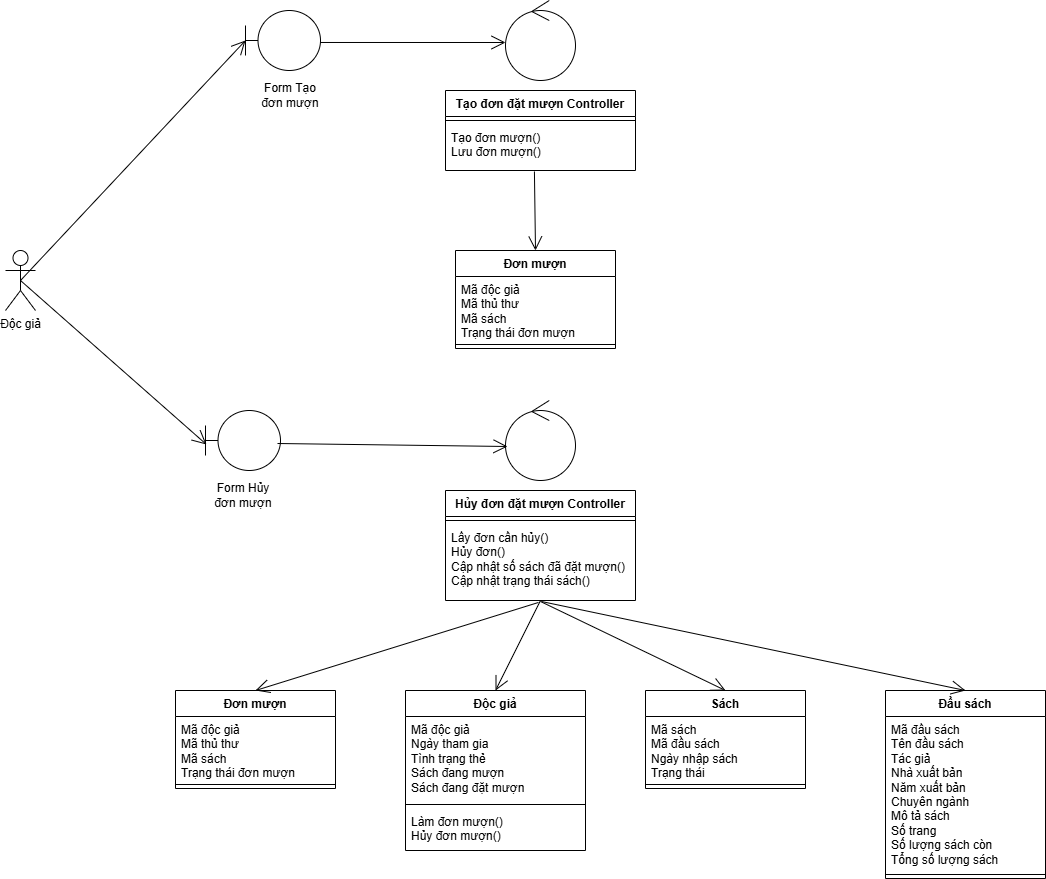
kimcuongdev/LibrarySystemAD keeps this draw.io diagram as Class Diagram/Analysis Class Diagram/UC đặt mượn sách/Actor Độc giả.drawio.png. Above is the earlier version. Source tidied: cells renumbered, new cells last; positions are measured from the earlier drawing's top-left corner, leaving out a move shared by most shapes.
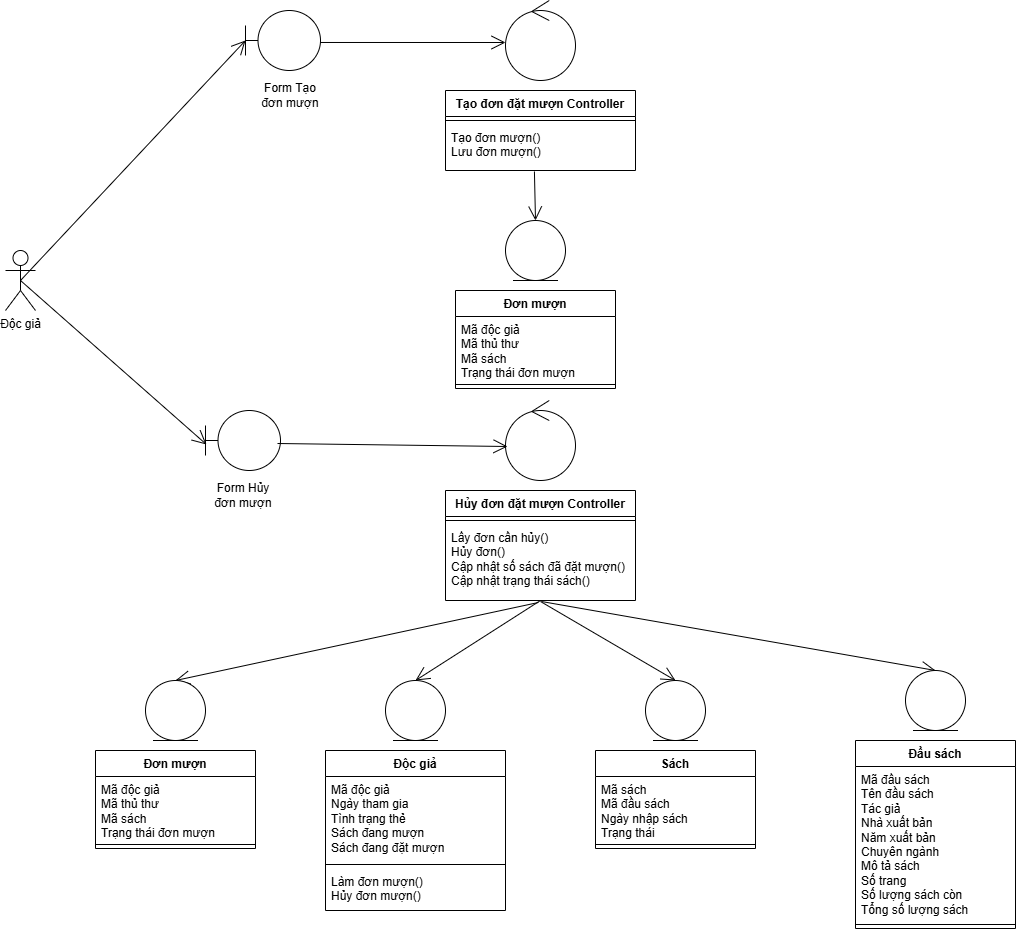
The same diagram one commit later.

Commit message:
Tuan 4 - Bieu do lop phan tich

Change to the diagram source:
```diff
@@ -24,7 +24,7 @@
       <mxGeometry y="34" width="190" height="46" as="geometry" />
     </mxCell>
     <mxCell id="9" value="Đơn mượn" style="swimlane;fontStyle=1;align=center;verticalAlign=top;horizontal=1;startSize=26;whiteSpace=wrap;html=1;" parent="1" vertex="1">
-      <mxGeometry x="450" y="250" width="160" height="98" as="geometry" />
+      <mxGeometry x="450" y="290" width="160" height="98" as="geometry" />
     </mxCell>
     <mxCell id="10" value="Mã độc giả&lt;div&gt;Mã thủ thư&lt;br&gt;&lt;div&gt;Mã sách&lt;/div&gt;&lt;div&gt;Trạng thái đơn mượn&lt;/div&gt;&lt;/div&gt;" style="text;strokeColor=none;fillColor=none;align=left;verticalAlign=top;spacingLeft=4;spacingRight=4;overflow=hidden;whiteSpace=wrap;html=1;" parent="9" vertex="1">
       <mxGeometry y="26" width="160" height="64" as="geometry" />
@@ -32,7 +32,7 @@
     <mxCell id="11" style="line;strokeWidth=1;fillColor=none;align=left;verticalAlign=middle;spacingTop=-1;spacingLeft=3;spacingRight=3;labelPosition=right;strokeColor=inherit;" parent="9" vertex="1">
       <mxGeometry y="90" width="160" height="8" as="geometry" />
     </mxCell>
-    <mxCell id="12" style="endArrow=open;endFill=1;endSize=12;html=1;rounded=0;exitX=0.468;exitY=1.022;exitDx=0;exitDy=0;exitPerimeter=0;entryX=0.5;entryY=0;entryDx=0;entryDy=0;" parent="1" edge="1" source="8" target="9">
+    <mxCell id="12" style="endArrow=open;endFill=1;endSize=12;html=1;rounded=0;exitX=0.468;exitY=1.022;exitDx=0;exitDy=0;exitPerimeter=0;entryX=0.5;entryY=0;entryDx=0;entryDy=0;" parent="1" edge="1" source="8" target="45">
       <mxGeometry relative="1" as="geometry" />
     </mxCell>
     <mxCell id="13" style="endArrow=open;endFill=1;endSize=12;html=1;rounded=0;exitX=1;exitY=0.533;exitDx=0;exitDy=0;exitPerimeter=0;entryX=0;entryY=0.525;entryDx=0;entryDy=0;entryPerimeter=0;" parent="1" edge="1" source="3" target="5">
@@ -65,7 +65,7 @@
       <mxGeometry y="34" width="190" height="76" as="geometry" />
     </mxCell>
     <mxCell id="22" value="Đơn mượn" style="swimlane;fontStyle=1;align=center;verticalAlign=top;horizontal=1;startSize=26;whiteSpace=wrap;html=1;" parent="1" vertex="1">
-      <mxGeometry x="170" y="690" width="160" height="98" as="geometry" />
+      <mxGeometry x="90" y="750" width="160" height="98" as="geometry" />
     </mxCell>
     <mxCell id="23" value="Mã độc giả&lt;div&gt;Mã thủ thư&lt;br&gt;&lt;div&gt;Mã sách&lt;/div&gt;&lt;div&gt;Trạng thái đơn mượn&lt;/div&gt;&lt;/div&gt;" style="text;strokeColor=none;fillColor=none;align=left;verticalAlign=top;spacingLeft=4;spacingRight=4;overflow=hidden;whiteSpace=wrap;html=1;" parent="22" vertex="1">
       <mxGeometry y="26" width="160" height="64" as="geometry" />
@@ -74,7 +74,7 @@
       <mxGeometry y="90" width="160" height="8" as="geometry" />
     </mxCell>
     <mxCell id="25" value="Độc giả" style="swimlane;fontStyle=1;align=center;verticalAlign=top;horizontal=1;startSize=26;whiteSpace=wrap;html=1;" parent="1" vertex="1">
-      <mxGeometry x="400" y="690" width="180" height="160" as="geometry" />
+      <mxGeometry x="320" y="750" width="180" height="160" as="geometry" />
     </mxCell>
     <mxCell id="26" value="Mã độc giả&lt;div&gt;Ngày tham gia&amp;nbsp;&lt;/div&gt;&lt;div&gt;Tình trạng thẻ&lt;/div&gt;&lt;div&gt;Sách đang mượn&lt;/div&gt;&lt;div&gt;Sách đang đặt mượn&lt;/div&gt;" style="text;strokeColor=none;fillColor=none;align=left;verticalAlign=top;spacingLeft=4;spacingRight=4;overflow=hidden;whiteSpace=wrap;html=1;" parent="25" vertex="1">
       <mxGeometry y="26" width="180" height="84" as="geometry" />
@@ -86,7 +86,7 @@
       <mxGeometry y="118" width="180" height="42" as="geometry" />
     </mxCell>
     <mxCell id="29" value="Sách" style="swimlane;fontStyle=1;align=center;verticalAlign=top;horizontal=1;startSize=26;whiteSpace=wrap;html=1;" parent="1" vertex="1">
-      <mxGeometry x="640" y="690" width="160" height="98" as="geometry" />
+      <mxGeometry x="590" y="750" width="160" height="98" as="geometry" />
     </mxCell>
     <mxCell id="30" value="Mã sách&lt;div&gt;Mã đầu sách&lt;/div&gt;&lt;div&gt;Ngày nhập sách&lt;br&gt;&lt;div&gt;Trạng thái&lt;/div&gt;&lt;/div&gt;" style="text;strokeColor=none;fillColor=none;align=left;verticalAlign=top;spacingLeft=4;spacingRight=4;overflow=hidden;whiteSpace=wrap;html=1;" parent="29" vertex="1">
       <mxGeometry y="26" width="160" height="64" as="geometry" />
@@ -95,7 +95,7 @@
       <mxGeometry y="90" width="160" height="8" as="geometry" />
     </mxCell>
     <mxCell id="32" value="Đầu sách" style="swimlane;fontStyle=1;align=center;verticalAlign=top;horizontal=1;startSize=26;whiteSpace=wrap;html=1;" parent="1" vertex="1">
-      <mxGeometry x="880" y="690" width="160" height="188" as="geometry" />
+      <mxGeometry x="850" y="740" width="160" height="188" as="geometry" />
     </mxCell>
     <mxCell id="33" value="Mã đầu sách&lt;div&gt;Tên đầu sách&lt;/div&gt;&lt;div&gt;Tác giả&lt;/div&gt;&lt;div&gt;Nhà xuất bản&lt;/div&gt;&lt;div&gt;Năm xuất bản&lt;/div&gt;&lt;div&gt;Chuyên ngành&lt;/div&gt;&lt;div&gt;Mô tả sách&lt;/div&gt;&lt;div&gt;Số trang&lt;/div&gt;&lt;div&gt;Số lượng sách còn&lt;/div&gt;&lt;div&gt;Tổng số lượng sách&lt;/div&gt;&lt;div&gt;&lt;br&gt;&lt;/div&gt;" style="text;strokeColor=none;fillColor=none;align=left;verticalAlign=top;spacingLeft=4;spacingRight=4;overflow=hidden;whiteSpace=wrap;html=1;" parent="32" vertex="1">
       <mxGeometry y="26" width="160" height="154" as="geometry" />
@@ -103,16 +103,16 @@
     <mxCell id="34" style="line;strokeWidth=1;fillColor=none;align=left;verticalAlign=middle;spacingTop=-1;spacingLeft=3;spacingRight=3;labelPosition=right;strokeColor=inherit;" parent="32" vertex="1">
       <mxGeometry y="180" width="160" height="8" as="geometry" />
     </mxCell>
-    <mxCell id="35" style="endArrow=open;endFill=1;endSize=12;html=1;rounded=0;exitX=0.489;exitY=1.026;exitDx=0;exitDy=0;exitPerimeter=0;entryX=0.5;entryY=0;entryDx=0;entryDy=0;" parent="1" edge="1" source="21" target="22">
+    <mxCell id="35" style="endArrow=open;endFill=1;endSize=12;html=1;rounded=0;exitX=0.489;exitY=1.026;exitDx=0;exitDy=0;exitPerimeter=0;entryX=0.5;entryY=0;entryDx=0;entryDy=0;" parent="1" edge="1" source="21" target="41">
       <mxGeometry relative="1" as="geometry" />
     </mxCell>
-    <mxCell id="36" style="endArrow=open;endFill=1;endSize=12;html=1;rounded=0;exitX=0.5;exitY=1;exitDx=0;exitDy=0;exitPerimeter=0;entryX=0.5;entryY=0;entryDx=0;entryDy=0;" parent="1" edge="1" source="21" target="25">
+    <mxCell id="36" style="endArrow=open;endFill=1;endSize=12;html=1;rounded=0;exitX=0.5;exitY=1;exitDx=0;exitDy=0;exitPerimeter=0;entryX=0.5;entryY=0;entryDx=0;entryDy=0;" parent="1" edge="1" source="21" target="42">
       <mxGeometry relative="1" as="geometry" />
     </mxCell>
-    <mxCell id="37" style="endArrow=open;endFill=1;endSize=12;html=1;rounded=0;exitX=0.5;exitY=1.013;exitDx=0;exitDy=0;exitPerimeter=0;entryX=0.5;entryY=0;entryDx=0;entryDy=0;" parent="1" edge="1" source="21" target="29">
+    <mxCell id="37" style="endArrow=open;endFill=1;endSize=12;html=1;rounded=0;exitX=0.5;exitY=1.013;exitDx=0;exitDy=0;exitPerimeter=0;entryX=0.5;entryY=0;entryDx=0;entryDy=0;" parent="1" edge="1" source="21" target="43">
       <mxGeometry relative="1" as="geometry" />
     </mxCell>
-    <mxCell id="38" style="endArrow=open;endFill=1;endSize=12;html=1;rounded=0;exitX=0.505;exitY=1.013;exitDx=0;exitDy=0;exitPerimeter=0;entryX=0.5;entryY=0;entryDx=0;entryDy=0;" parent="1" edge="1" source="21" target="32">
+    <mxCell id="38" style="endArrow=open;endFill=1;endSize=12;html=1;rounded=0;exitX=0.505;exitY=1.013;exitDx=0;exitDy=0;exitPerimeter=0;entryX=0.5;entryY=0;entryDx=0;entryDy=0;" parent="1" edge="1" source="21" target="44">
       <mxGeometry relative="1" as="geometry" />
     </mxCell>
     <mxCell id="39" style="endArrow=open;endFill=1;endSize=12;html=1;rounded=0;exitX=0.5;exitY=0.5;exitDx=0;exitDy=0;exitPerimeter=0;entryX=0.013;entryY=0.567;entryDx=0;entryDy=0;entryPerimeter=0;" parent="1" edge="1" source="2" target="17">
@@ -121,5 +121,20 @@
     <mxCell id="40" style="endArrow=open;endFill=1;endSize=12;html=1;rounded=0;exitX=0.96;exitY=0.55;exitDx=0;exitDy=0;exitPerimeter=0;entryX=0.029;entryY=0.575;entryDx=0;entryDy=0;entryPerimeter=0;" parent="1" edge="1" source="17" target="15">
       <mxGeometry relative="1" as="geometry" />
     </mxCell>
+    <mxCell id="41" style="ellipse;shape=umlEntity;whiteSpace=wrap;html=1;" parent="1" vertex="1">
+      <mxGeometry x="140" y="680" width="60" height="60" as="geometry" />
+    </mxCell>
+    <mxCell id="42" style="ellipse;shape=umlEntity;whiteSpace=wrap;html=1;" parent="1" vertex="1">
+      <mxGeometry x="380" y="680" width="60" height="60" as="geometry" />
+    </mxCell>
+    <mxCell id="43" style="ellipse;shape=umlEntity;whiteSpace=wrap;html=1;" parent="1" vertex="1">
+      <mxGeometry x="640" y="680" width="60" height="60" as="geometry" />
+    </mxCell>
+    <mxCell id="44" style="ellipse;shape=umlEntity;whiteSpace=wrap;html=1;" parent="1" vertex="1">
+      <mxGeometry x="900" y="670" width="60" height="60" as="geometry" />
+    </mxCell>
+    <mxCell id="45" style="ellipse;shape=umlEntity;whiteSpace=wrap;html=1;" parent="1" vertex="1">
+      <mxGeometry x="500" y="220" width="60" height="60" as="geometry" />
+    </mxCell>
   </root>
 </mxGraphModel>
```
